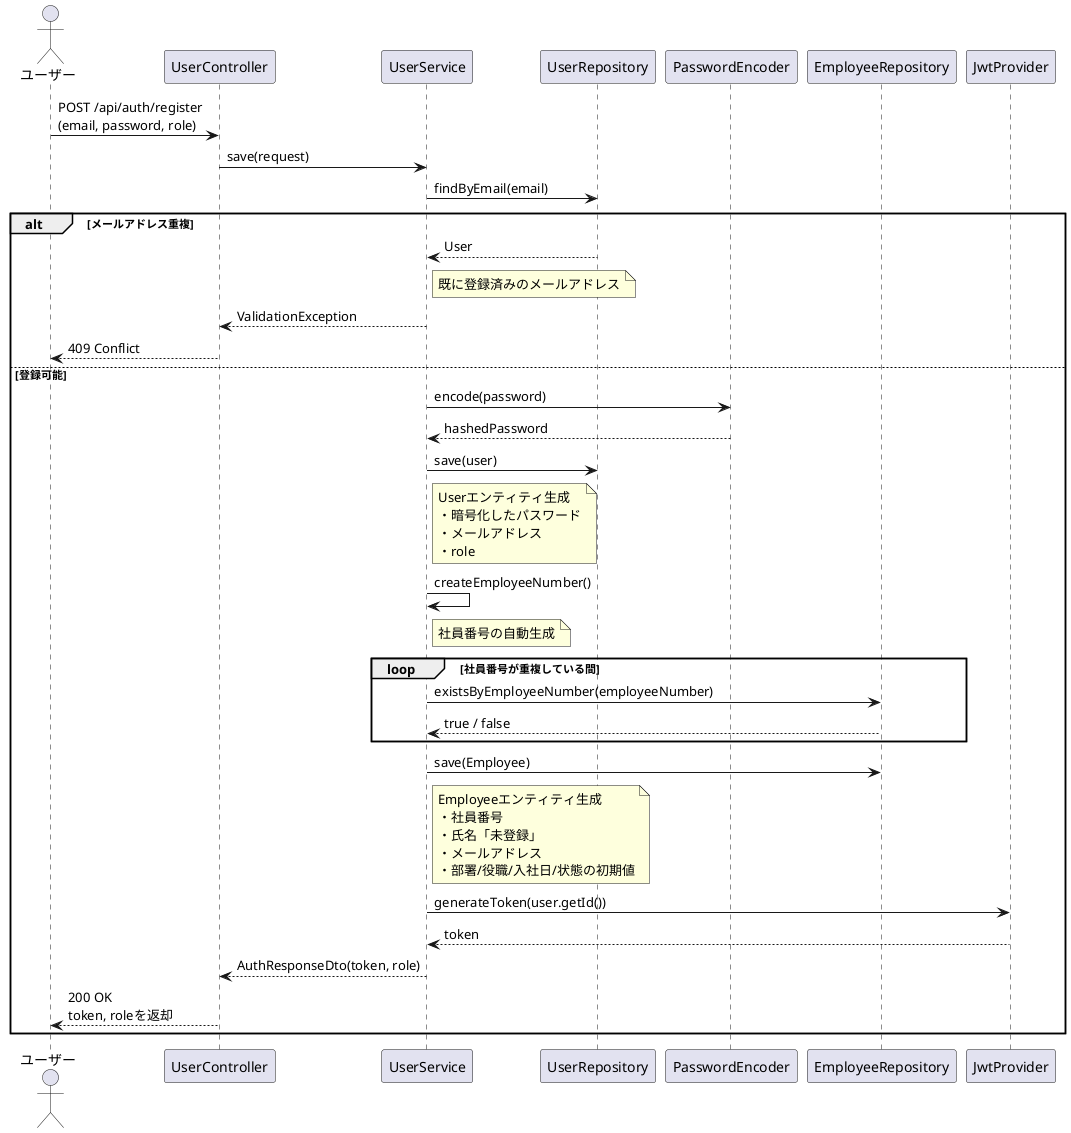
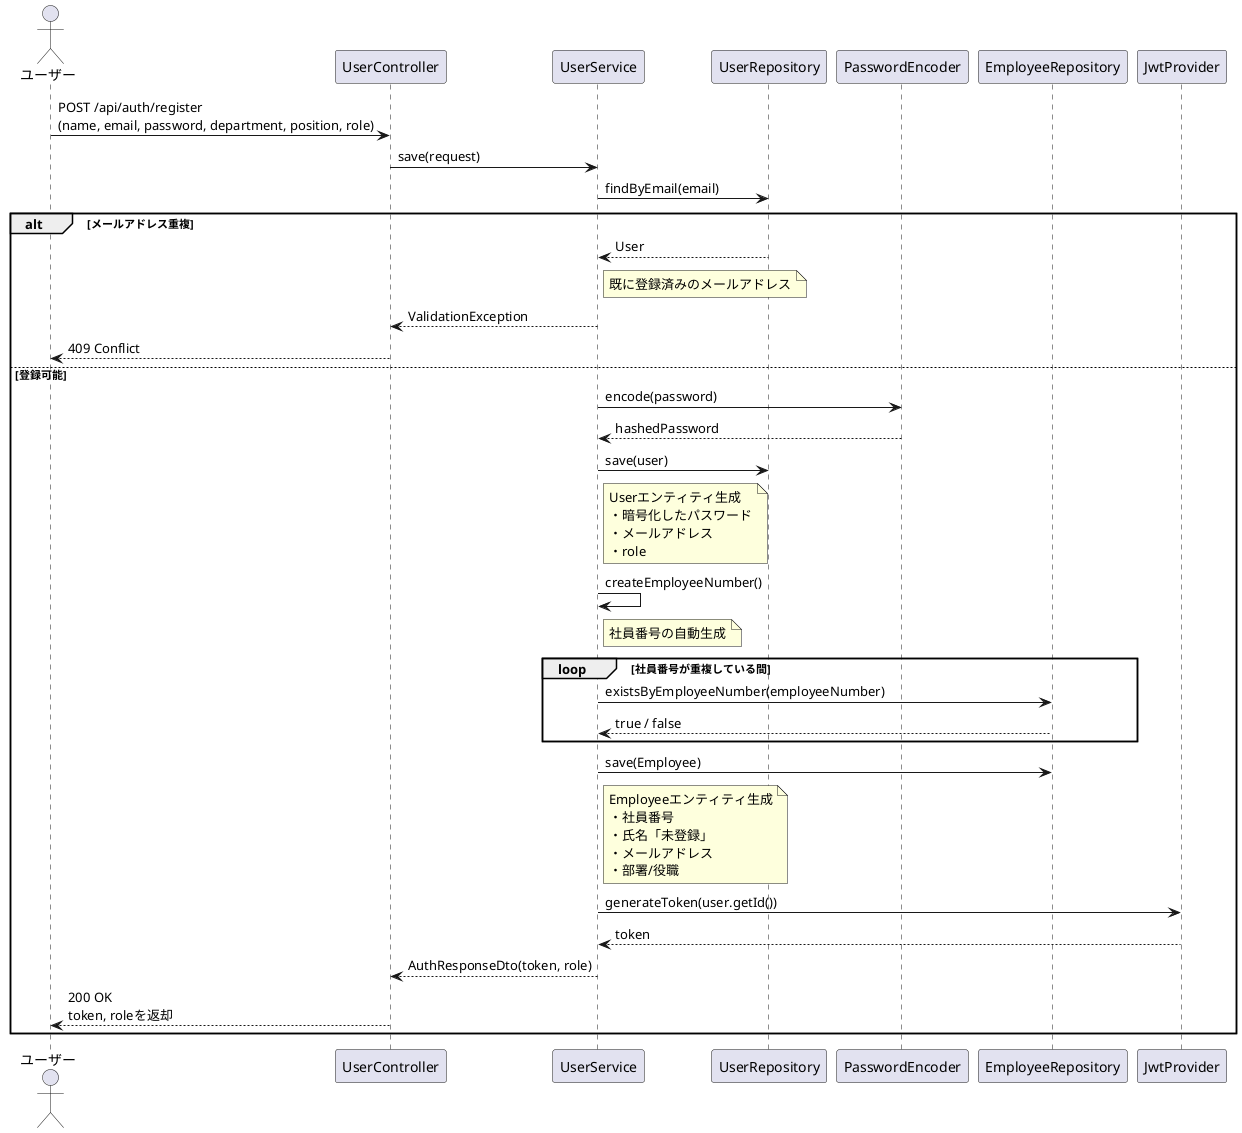
@startuml

actor User as "ユーザー"

participant UserController
participant UserService
participant UserRepository
participant PasswordEncoder
participant EmployeeRepository
participant JwtProvider

- User -> UserController : POST /api/auth/register\n(email, password, role)
+ User -> UserController : POST /api/auth/register\n(name, email, password, department, position, role)

UserController -> UserService : save(request)

UserService -> UserRepository : findByEmail(email)

alt メールアドレス重複

    UserRepository --> UserService : User

    note right of UserService
    既に登録済みのメールアドレス
    end note

    UserService --> UserController : ValidationException

    UserController --> User : 409 Conflict

else 登録可能

    ' UserRepository --> UserService : Optional.empty

    UserService -> PasswordEncoder : encode(password)

    PasswordEncoder --> UserService : hashedPassword

    UserService -> UserRepository : save(user)

    note right of UserService
    Userエンティティ生成
    ・暗号化したパスワード
    ・メールアドレス
    ・role
    end note

    ' UserRepository --> UserService : User

    UserService -> UserService : createEmployeeNumber()
    note right of UserService
    社員番号の自動生成
    end note

    loop 社員番号が重複している間

        UserService -> EmployeeRepository : existsByEmployeeNumber(employeeNumber)

        EmployeeRepository --> UserService : true / false

    end

    UserService -> EmployeeRepository : save(Employee)

    note right of UserService
    Employeeエンティティ生成
    ・社員番号
    ・氏名「未登録」
    ・メールアドレス
-     ・部署/役職/入社日/状態の初期値
+     ・部署/役職
    end note


    ' EmployeeRepository --> UserService : Employee

    UserService -> JwtProvider : generateToken(user.getId())

    JwtProvider --> UserService : token

    UserService --> UserController : AuthResponseDto(token, role)

    UserController --> User : 200 OK\ntoken, roleを返却

end

- @enduml+ @enduml
